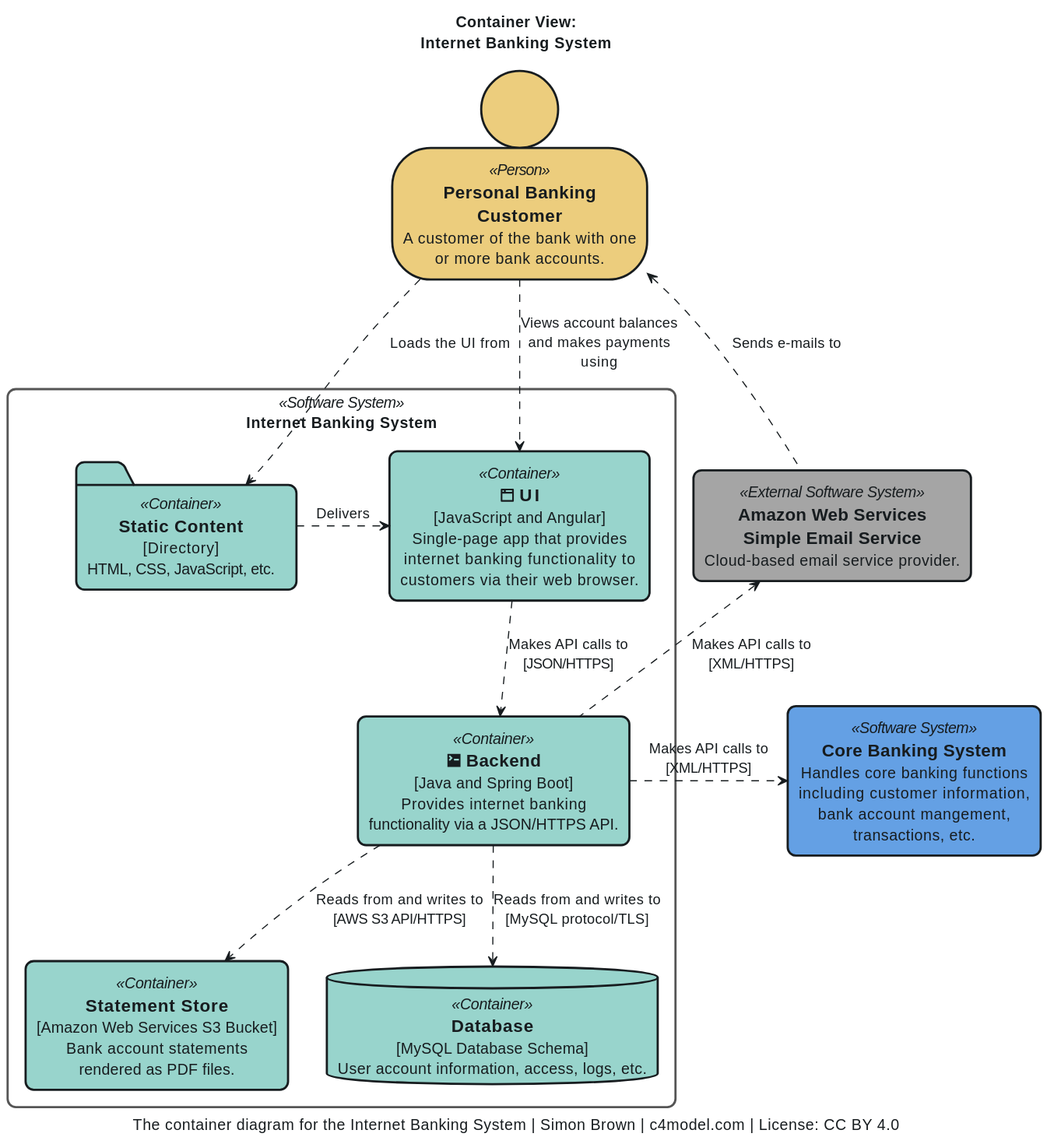
chden/puml-themes keeps this PlantUML diagram as examples/retro-coast-c4-container.svg. Above is the earlier version.
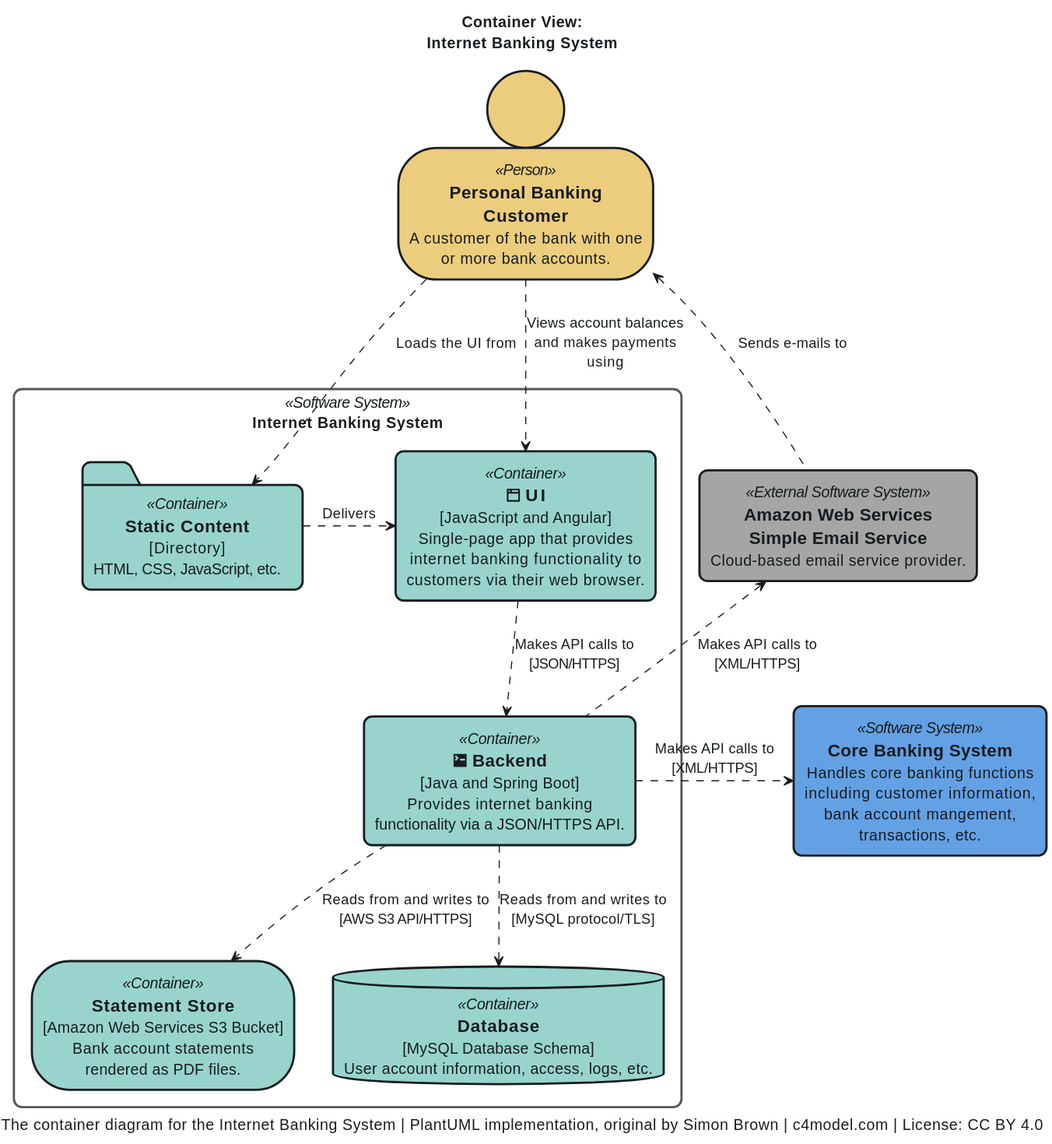
After the change.

Commit message:
Replace component with storage for S3

What changed in the source:
```diff
@@ -3,7 +3,7 @@
 
 
 title "Container View:\nInternet Banking System"
-caption "The container diagram for the Internet Banking System | Simon Brown | c4model.com | License: CC BY 4.0"
+caption "The container diagram for the Internet Banking System | PlantUML implementation, original by Simon Brown | c4model.com | License: CC BY 4.0"
 
 
 person Customer <<Person>> [
@@ -49,7 +49,7 @@
     functionality via a JSON/HTTPS API.
   ]
 
-  component StatementStore <<Container>> [
+  storage StatementStore <<Container>> [
     == Statement Store
     [Amazon Web Services S3 Bucket]
     Bank account statements
```
